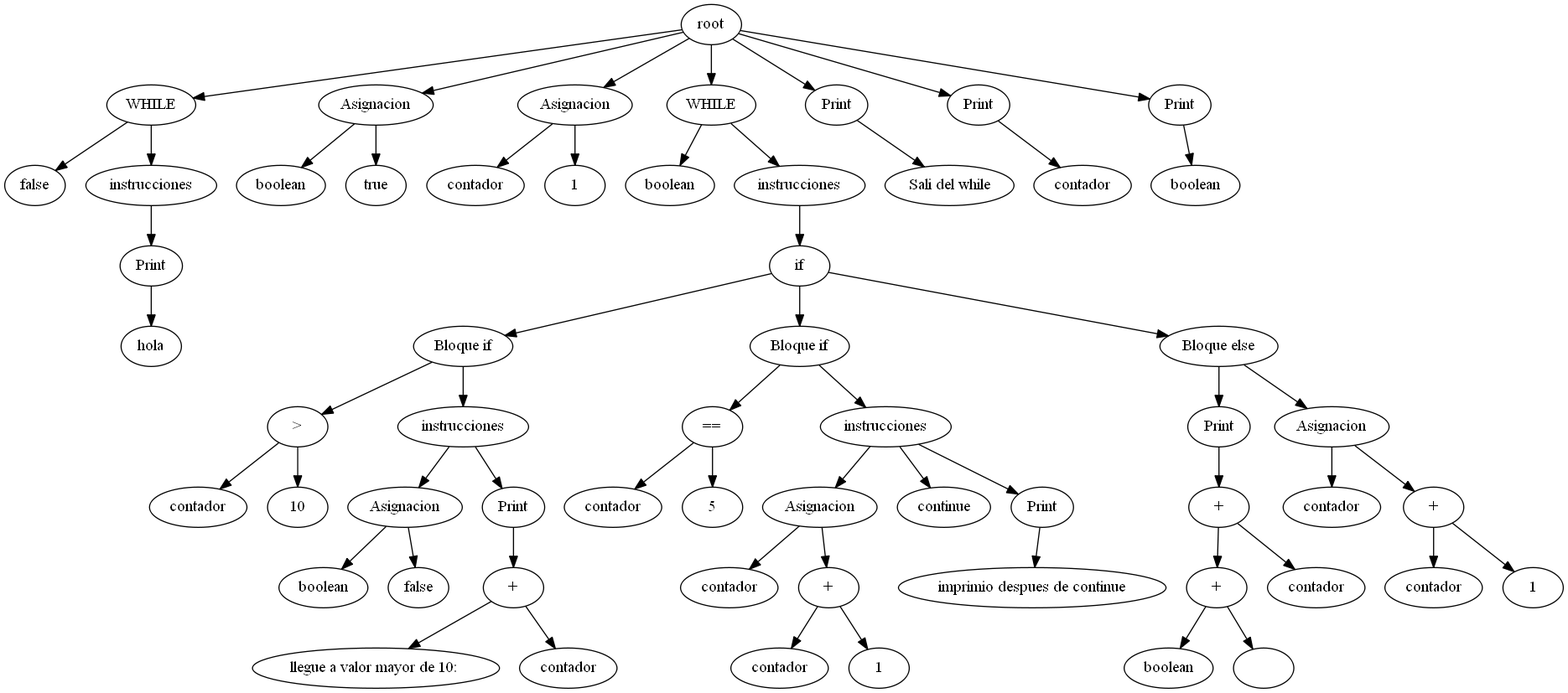
Before: SoftwareArit/AST.png, a diagram exported from Graphviz (EverChicas/ARIT). Its source is kept beside it as SoftwareArit/AST.dot.
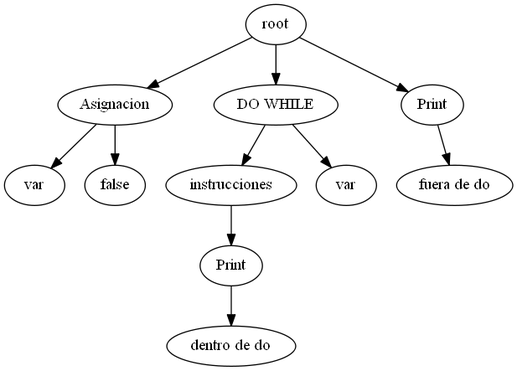
After the change.

Change to the diagram source:
```diff
@@ -1,136 +1,26 @@
 digraph G{
-60 [label = "root"];
+11 [label = "root"];
+2 [label = "var"];
+3 [label = "Asignacion"];
+3 -> 2;
 1 [label = "false"];
-5 [label = "WHILE"];
-5 -> 1;
-4[label = "instrucciones"];
-2 [label = "hola"];
-3 [label = "Print"];
-3 -> 2;
-4 -> 3;
-5 [label = "WHILE"];
+3 [label = "Asignacion"];
+3 -> 1;
+6[label = "instrucciones"];
+4 [label = "dentro de do"];
+5 [label = "Print"];
 5 -> 4;
-7 [label = "boolean"];
-8 [label = "Asignacion"];
+6 -> 5;
+8 [label = "DO WHILE"];
+8 -> 6;
+7 [label = "var"];
+8 [label = "DO WHILE"];
 8 -> 7;
-6 [label = "true"];
-8 [label = "Asignacion"];
-8 -> 6;
-10 [label = "contador"];
-11 [label = "Asignacion"];
+9 [label = "fuera de do"];
+10 [label = "Print"];
+10 -> 9;
+11 -> 3;
+11 -> 8;
 11 -> 10;
-9 [label = "1"];
-11 [label = "Asignacion"];
-11 -> 9;
-12 [label = "boolean"];
-53 [label = "WHILE"];
-53 -> 12;
-52[label = "instrucciones"];
-51[label = "if"];
-13 [label = "contador"];
-15 [label = ">"];
-15 -> 13;
-14 [label = "10"];
-15 [label = ">"];
-15 -> 14;
-24 [label = "Bloque if"];
-24 -> 15;
-23[label = "instrucciones"];
-17 [label = "boolean"];
-18 [label = "Asignacion"];
-18 -> 17;
-16 [label = "false"];
-18 [label = "Asignacion"];
-18 -> 16;
-19 [label = "llegue a valor mayor de 10: "];
-21 [label = "+"];
-21 -> 19;
-20 [label = "contador"];
-21 [label = "+"];
-21 -> 20;
-22 [label = "Print"];
-22 -> 21;
-23 -> 18;
-23 -> 22;
-24 [label = "Bloque if"];
-24 -> 23;
-25 [label = "contador"];
-27 [label = "=="];
-27 -> 25;
-26 [label = "5"];
-27 [label = "=="];
-27 -> 26;
-37 [label = "Bloque if"];
-37 -> 27;
-36[label = "instrucciones"];
-31 [label = "contador"];
-32 [label = "Asignacion"];
-32 -> 31;
-28 [label = "contador"];
-30 [label = "+"];
-30 -> 28;
-29 [label = "1"];
-30 [label = "+"];
-30 -> 29;
-32 [label = "Asignacion"];
-32 -> 30;
-33 [label = "continue"];
-34 [label = "imprimio despues de continue"];
-35 [label = "Print"];
-35 -> 34;
-36 -> 32;
-36 -> 33;
-36 -> 35;
-37 [label = "Bloque if"];
-37 -> 36;
-50[label = "Bloque else"];
-38 [label = "boolean"];
-40 [label = "+"];
-40 -> 38;
-39 [label = " "];
-40 [label = "+"];
-40 -> 39;
-42 [label = "+"];
-42 -> 40;
-41 [label = "contador"];
-42 [label = "+"];
-42 -> 41;
-43 [label = "Print"];
-43 -> 42;
-47 [label = "contador"];
-48 [label = "Asignacion"];
-48 -> 47;
-44 [label = "contador"];
-46 [label = "+"];
-46 -> 44;
-45 [label = "1"];
-46 [label = "+"];
-46 -> 45;
-48 [label = "Asignacion"];
-48 -> 46;
-50 -> 43;
-50 -> 48;
-51 -> 24;
-51 -> 37;
-51 -> 50;
-52 -> 51;
-53 [label = "WHILE"];
-53 -> 52;
-54 [label = "Sali del while"];
-55 [label = "Print"];
-55 -> 54;
-56 [label = "contador"];
-57 [label = "Print"];
-57 -> 56;
-58 [label = "boolean"];
-59 [label = "Print"];
-59 -> 58;
-60 -> 5;
-60 -> 8;
-60 -> 11;
-60 -> 53;
-60 -> 55;
-60 -> 57;
-60 -> 59;
 
 }
```
